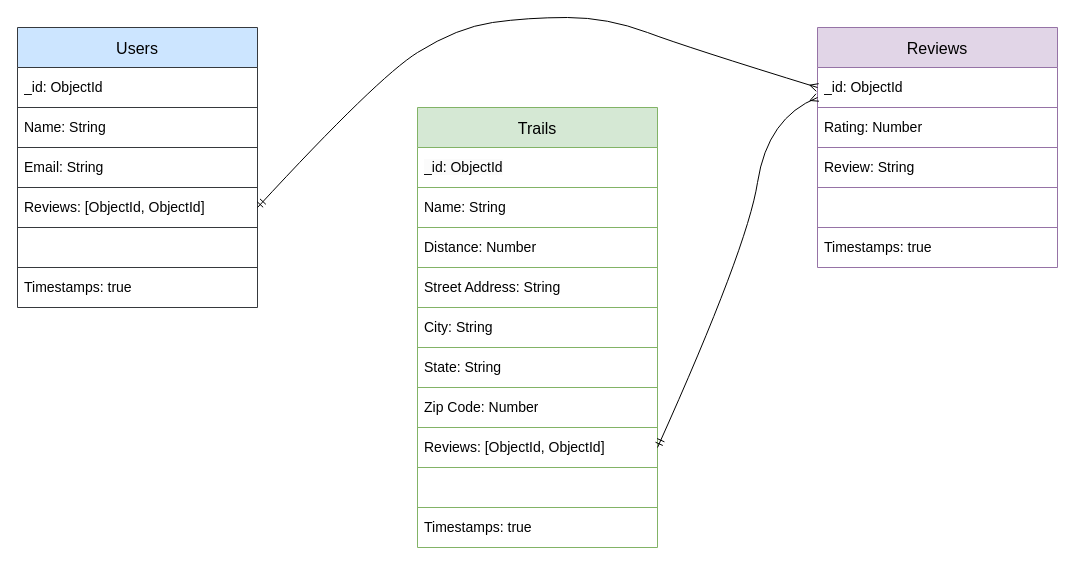
Before: wireframes/drawio-files/ERD.drawio in caitlinfcorrigan/MyTrails, a draw.io diagram. Source tidied: cells renumbered, new cells numbered last; positions are measured from the earlier drawing's top-left corner, leaving out a move shared by most shapes. Both pictures are drawn from the tidied source at 100%, with x=0, y=0 at pixel (17, 17).
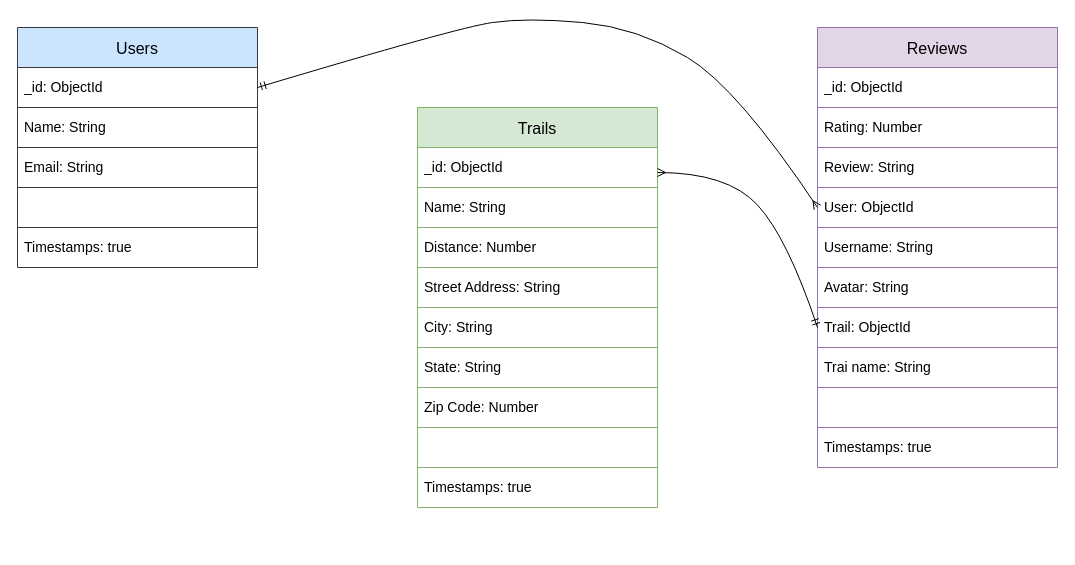
After the change.

Commit message (it also covers changes not shown here):
implements edit and delete functionality via reviews page

Diff of the diagram source:
```diff
@@
     <mxCell id="2" value="Users" style="shape=table;startSize=40;childLayout=tableLayout;fontSize=16;fillColor=#cce5ff;strokeColor=#36393d;" parent="1" vertex="1">
-      <mxGeometry y="10" width="240" height="280" as="geometry" />
+      <mxGeometry y="10" width="240" height="240" as="geometry" />
     </mxCell>
@@
-    <mxCell id="9" style="shape=tableRow;horizontal=0;startSize=0;swimlaneHead=0;swimlaneBody=0;top=0;left=0;bottom=0;right=0;fillColor=none;points=[[0,0.5],[1,0.5]];portConstraint=eastwest;" parent="2" vertex="1">
-      <mxGeometry y="160" width="240" height="40" as="geometry" />
-    </mxCell>
-    <mxCell id="10" value="Reviews: [ObjectId, ObjectId]" style="shape=partialRectangle;html=1;whiteSpace=wrap;overflow=hidden;fillColor=none;top=0;left=0;bottom=0;right=0;align=left;fontSize=14;spacingLeft=5;" parent="9" vertex="1">
-      <mxGeometry width="240" height="40" as="geometry" />
-    </mxCell>
     <mxCell id="11" style="shape=tableRow;horizontal=0;startSize=0;swimlaneHead=0;swimlaneBody=0;top=0;left=0;bottom=0;right=0;fillColor=none;" parent="2" vertex="1">
-      <mxGeometry y="200" width="240" height="40" as="geometry" />
+      <mxGeometry y="160" width="240" height="40" as="geometry" />
     </mxCell>
@@
     <mxCell id="14" style="shape=tableRow;horizontal=0;startSize=0;swimlaneHead=0;swimlaneBody=0;top=0;left=0;bottom=0;right=0;fillColor=none;" parent="2" vertex="1">
-      <mxGeometry y="240" width="240" height="40" as="geometry" />
+      <mxGeometry y="200" width="240" height="40" as="geometry" />
     </mxCell>
@@
-    <mxCell id="16" value="Reviews" style="shape=table;startSize=40;childLayout=tableLayout;fontSize=16;fillColor=#e1d5e7;strokeColor=#9673a6;" parent="1" vertex="1">
-      <mxGeometry x="800" y="10" width="240" height="240" as="geometry" />
-    </mxCell>
-    <mxCell id="17" style="shape=tableRow;horizontal=0;startSize=0;swimlaneHead=0;swimlaneBody=0;top=0;left=0;bottom=0;right=0;fillColor=none;points=[[0,0.5],[1,0.5]];portConstraint=eastwest;" parent="16" vertex="1">
-      <mxGeometry y="40" width="240" height="40" as="geometry" />
-    </mxCell>
-    <mxCell id="18" value="_id: ObjectId" style="shape=partialRectangle;html=1;whiteSpace=wrap;overflow=hidden;fillColor=none;top=0;left=0;bottom=0;right=0;align=left;fontSize=14;spacingLeft=5;" parent="17" vertex="1">
-      <mxGeometry width="240" height="40" as="geometry" />
-    </mxCell>
-    <mxCell id="19" style="shape=tableRow;horizontal=0;startSize=0;swimlaneHead=0;swimlaneBody=0;top=0;left=0;bottom=0;right=0;fillColor=none;" parent="16" vertex="1">
-      <mxGeometry y="80" width="240" height="40" as="geometry" />
-    </mxCell>
-    <mxCell id="20" value="Rating: Number" style="shape=partialRectangle;html=1;whiteSpace=wrap;overflow=hidden;fillColor=none;top=0;left=0;bottom=0;right=0;align=left;fontSize=14;spacingLeft=5;" parent="19" vertex="1">
-      <mxGeometry width="240" height="40" as="geometry" />
-    </mxCell>
-    <mxCell id="21" style="shape=tableRow;horizontal=0;startSize=0;swimlaneHead=0;swimlaneBody=0;top=0;left=0;bottom=0;right=0;fillColor=none;" parent="16" vertex="1">
-      <mxGeometry y="120" width="240" height="40" as="geometry" />
-    </mxCell>
-    <mxCell id="22" value="Review: String" style="shape=partialRectangle;html=1;whiteSpace=wrap;overflow=hidden;fillColor=none;top=0;left=0;bottom=0;right=0;align=left;fontSize=14;spacingLeft=5;" parent="21" vertex="1">
-      <mxGeometry width="240" height="40" as="geometry" />
-    </mxCell>
-    <mxCell id="23" style="shape=tableRow;horizontal=0;startSize=0;swimlaneHead=0;swimlaneBody=0;top=0;left=0;bottom=0;right=0;fillColor=none;" parent="16" vertex="1">
-      <mxGeometry y="160" width="240" height="40" as="geometry" />
-    </mxCell>
-    <mxCell id="24" style="shape=partialRectangle;html=1;whiteSpace=wrap;overflow=hidden;fillColor=none;top=0;left=0;bottom=0;right=0;align=left;fontSize=14;spacingLeft=5;" parent="23" vertex="1">
-      <mxGeometry width="240" height="40" as="geometry" />
-    </mxCell>
-    <mxCell id="25" style="shape=tableRow;horizontal=0;startSize=0;swimlaneHead=0;swimlaneBody=0;top=0;left=0;bottom=0;right=0;fillColor=none;" parent="16" vertex="1">
-      <mxGeometry y="200" width="240" height="40" as="geometry" />
-    </mxCell>
-    <mxCell id="26" value="Timestamps: true" style="shape=partialRectangle;html=1;whiteSpace=wrap;overflow=hidden;fillColor=none;top=0;left=0;bottom=0;right=0;align=left;fontSize=14;spacingLeft=5;" parent="25" vertex="1">
-      <mxGeometry width="240" height="40" as="geometry" />
-    </mxCell>
     <mxCell id="27" value="Trails" style="shape=table;startSize=40;childLayout=tableLayout;fontSize=16;labelBackgroundColor=none;fillColor=#d5e8d4;gradientColor=none;strokeColor=#82b366;" parent="1" vertex="1">
-      <mxGeometry x="400" y="90" width="240" height="440" as="geometry" />
+      <mxGeometry x="400" y="90" width="240" height="400" as="geometry" />
     </mxCell>
@@
-    <mxCell id="42" style="shape=tableRow;horizontal=0;startSize=0;swimlaneHead=0;swimlaneBody=0;top=0;left=0;bottom=0;right=0;fillColor=none;points=[[0,0.5],[1,0.5]];portConstraint=eastwest;" parent="27" vertex="1">
-      <mxGeometry y="320" width="240" height="40" as="geometry" />
-    </mxCell>
-    <mxCell id="43" value="Reviews: [ObjectId, ObjectId]" style="shape=partialRectangle;html=1;whiteSpace=wrap;overflow=hidden;fillColor=none;top=0;left=0;bottom=0;right=0;align=left;fontSize=14;spacingLeft=5;" parent="42" vertex="1">
-      <mxGeometry width="240" height="40" as="geometry" />
-    </mxCell>
     <mxCell id="44" style="shape=tableRow;horizontal=0;startSize=0;swimlaneHead=0;swimlaneBody=0;top=0;left=0;bottom=0;right=0;fillColor=none;" parent="27" vertex="1">
-      <mxGeometry y="360" width="240" height="40" as="geometry" />
+      <mxGeometry y="320" width="240" height="40" as="geometry" />
     </mxCell>
@@
     <mxCell id="47" style="shape=tableRow;horizontal=0;startSize=0;swimlaneHead=0;swimlaneBody=0;top=0;left=0;bottom=0;right=0;fillColor=none;" parent="27" vertex="1">
-      <mxGeometry y="400" width="240" height="40" as="geometry" />
+      <mxGeometry y="360" width="240" height="40" as="geometry" />
     </mxCell>
@@
-    <mxCell id="49" style="curved=1;endArrow=ERmany;html=1;fontSize=14;exitX=1;exitY=0.5;exitDx=0;exitDy=0;entryX=0;entryY=0.5;entryDx=0;entryDy=0;endFill=0;startArrow=ERmandOne;startFill=0;" parent="1" edge="1" source="9" target="17">
-      <mxGeometry relative="1" as="geometry">
-        <Array as="points">
-          <mxPoint x="360" y="60" />
-          <mxPoint x="440" y="10" />
-          <mxPoint x="510" />
-          <mxPoint x="590" />
-          <mxPoint x="670" y="30" />
-        </Array>
-      </mxGeometry>
-    </mxCell>
-    <mxCell id="50" style="curved=1;endArrow=ERmany;html=1;fontSize=14;exitX=1;exitY=0.5;exitDx=0;exitDy=0;endFill=0;startArrow=ERmandOne;startFill=0;" parent="1" edge="1" source="42">
-      <mxGeometry relative="1" as="geometry">
-        <mxPoint x="800" y="80" as="targetPoint" />
-        <Array as="points">
-          <mxPoint x="730" y="230" />
-          <mxPoint x="750" y="100" />
-        </Array>
-      </mxGeometry>
-    </mxCell>
+    <mxCell id="16" value="Reviews" style="shape=table;startSize=40;childLayout=tableLayout;fontSize=16;fillColor=#e1d5e7;strokeColor=#9673a6;" parent="1" vertex="1">
+      <mxGeometry x="800" y="10" width="240" height="440" as="geometry" />
+    </mxCell>
+    <mxCell id="17" style="shape=tableRow;horizontal=0;startSize=0;swimlaneHead=0;swimlaneBody=0;top=0;left=0;bottom=0;right=0;fillColor=none;points=[[0,0.5],[1,0.5]];portConstraint=eastwest;" parent="16" vertex="1">
+      <mxGeometry y="40" width="240" height="40" as="geometry" />
+    </mxCell>
+    <mxCell id="18" value="_id: ObjectId" style="shape=partialRectangle;html=1;whiteSpace=wrap;overflow=hidden;fillColor=none;top=0;left=0;bottom=0;right=0;align=left;fontSize=14;spacingLeft=5;" parent="17" vertex="1">
+      <mxGeometry width="240" height="40" as="geometry" />
+    </mxCell>
+    <mxCell id="19" style="shape=tableRow;horizontal=0;startSize=0;swimlaneHead=0;swimlaneBody=0;top=0;left=0;bottom=0;right=0;fillColor=none;" parent="16" vertex="1">
+      <mxGeometry y="80" width="240" height="40" as="geometry" />
+    </mxCell>
+    <mxCell id="20" value="Rating: Number" style="shape=partialRectangle;html=1;whiteSpace=wrap;overflow=hidden;fillColor=none;top=0;left=0;bottom=0;right=0;align=left;fontSize=14;spacingLeft=5;" parent="19" vertex="1">
+      <mxGeometry width="240" height="40" as="geometry" />
+    </mxCell>
+    <mxCell id="21" style="shape=tableRow;horizontal=0;startSize=0;swimlaneHead=0;swimlaneBody=0;top=0;left=0;bottom=0;right=0;fillColor=none;" parent="16" vertex="1">
+      <mxGeometry y="120" width="240" height="40" as="geometry" />
+    </mxCell>
+    <mxCell id="22" value="Review: String" style="shape=partialRectangle;html=1;whiteSpace=wrap;overflow=hidden;fillColor=none;top=0;left=0;bottom=0;right=0;align=left;fontSize=14;spacingLeft=5;" parent="21" vertex="1">
+      <mxGeometry width="240" height="40" as="geometry" />
+    </mxCell>
+    <mxCell id="51" style="shape=tableRow;horizontal=0;startSize=0;swimlaneHead=0;swimlaneBody=0;top=0;left=0;bottom=0;right=0;fillColor=none;points=[[0,0.5],[1,0.5]];portConstraint=eastwest;" parent="16" vertex="1">
+      <mxGeometry y="160" width="240" height="40" as="geometry" />
+    </mxCell>
+    <mxCell id="52" value="User: ObjectId" style="shape=partialRectangle;html=1;whiteSpace=wrap;overflow=hidden;fillColor=none;top=0;left=0;bottom=0;right=0;align=left;fontSize=14;spacingLeft=5;" parent="51" vertex="1">
+      <mxGeometry width="240" height="40" as="geometry" />
+    </mxCell>
+    <mxCell id="25" style="shape=tableRow;horizontal=0;startSize=0;swimlaneHead=0;swimlaneBody=0;top=0;left=0;bottom=0;right=0;fillColor=none;" parent="16" vertex="1">
+      <mxGeometry y="200" width="240" height="40" as="geometry" />
+    </mxCell>
+    <mxCell id="53" value="Username: String" style="shape=partialRectangle;html=1;whiteSpace=wrap;overflow=hidden;fillColor=none;top=0;left=0;bottom=0;right=0;align=left;fontSize=14;spacingLeft=5;" parent="25" vertex="1">
+      <mxGeometry width="240" height="40" as="geometry" />
+    </mxCell>
+    <mxCell id="54" style="shape=tableRow;horizontal=0;startSize=0;swimlaneHead=0;swimlaneBody=0;top=0;left=0;bottom=0;right=0;fillColor=none;" parent="16" vertex="1">
+      <mxGeometry y="240" width="240" height="40" as="geometry" />
+    </mxCell>
+    <mxCell id="55" value="Avatar: String" style="shape=partialRectangle;html=1;whiteSpace=wrap;overflow=hidden;fillColor=none;top=0;left=0;bottom=0;right=0;align=left;fontSize=14;spacingLeft=5;" parent="54" vertex="1">
+      <mxGeometry width="240" height="40" as="geometry" />
+    </mxCell>
+    <mxCell id="56" style="shape=tableRow;horizontal=0;startSize=0;swimlaneHead=0;swimlaneBody=0;top=0;left=0;bottom=0;right=0;fillColor=none;points=[[0,0.5],[1,0.5]];portConstraint=eastwest;" parent="16" vertex="1">
+      <mxGeometry y="280" width="240" height="40" as="geometry" />
+    </mxCell>
+    <mxCell id="57" value="Trail: ObjectId" style="shape=partialRectangle;html=1;whiteSpace=wrap;overflow=hidden;fillColor=none;top=0;left=0;bottom=0;right=0;align=left;fontSize=14;spacingLeft=5;" parent="56" vertex="1">
+      <mxGeometry width="240" height="40" as="geometry" />
+    </mxCell>
+    <mxCell id="42" style="shape=tableRow;horizontal=0;startSize=0;swimlaneHead=0;swimlaneBody=0;top=0;left=0;bottom=0;right=0;fillColor=none;points=[[0,0.5],[1,0.5]];portConstraint=eastwest;" parent="16" vertex="1">
+      <mxGeometry y="320" width="240" height="40" as="geometry" />
+    </mxCell>
+    <mxCell id="58" value="Trai name: String" style="shape=partialRectangle;html=1;whiteSpace=wrap;overflow=hidden;fillColor=none;top=0;left=0;bottom=0;right=0;align=left;fontSize=14;spacingLeft=5;" parent="42" vertex="1">
+      <mxGeometry width="240" height="40" as="geometry" />
+    </mxCell>
+    <mxCell id="59" style="shape=tableRow;horizontal=0;startSize=0;swimlaneHead=0;swimlaneBody=0;top=0;left=0;bottom=0;right=0;fillColor=none;" parent="16" vertex="1">
+      <mxGeometry y="360" width="240" height="40" as="geometry" />
+    </mxCell>
+    <mxCell id="24" style="shape=partialRectangle;html=1;whiteSpace=wrap;overflow=hidden;fillColor=none;top=0;left=0;bottom=0;right=0;align=left;fontSize=14;spacingLeft=5;" parent="59" vertex="1">
+      <mxGeometry width="240" height="40" as="geometry" />
+    </mxCell>
+    <mxCell id="60" style="shape=tableRow;horizontal=0;startSize=0;swimlaneHead=0;swimlaneBody=0;top=0;left=0;bottom=0;right=0;fillColor=none;" parent="16" vertex="1">
+      <mxGeometry y="400" width="240" height="40" as="geometry" />
+    </mxCell>
+    <mxCell id="26" value="Timestamps: true" style="shape=partialRectangle;html=1;whiteSpace=wrap;overflow=hidden;fillColor=none;top=0;left=0;bottom=0;right=0;align=left;fontSize=14;spacingLeft=5;" parent="60" vertex="1">
+      <mxGeometry width="240" height="40" as="geometry" />
+    </mxCell>
+    <mxCell id="61" style="curved=1;endArrow=ERmany;html=1;fontSize=14;exitX=1;exitY=0.5;exitDx=0;exitDy=0;entryX=0;entryY=0.5;entryDx=0;entryDy=0;endFill=0;startArrow=ERmandOne;startFill=0;" parent="1" edge="1" target="51">
+      <mxGeometry relative="1" as="geometry">
+        <mxPoint x="240" y="70" as="sourcePoint" />
+        <Array as="points">
+          <mxPoint x="440" y="10" />
+          <mxPoint x="510" />
+          <mxPoint x="620" y="10" />
+          <mxPoint x="720" y="70" />
+        </Array>
+      </mxGeometry>
+    </mxCell>
+    <mxCell id="62" style="curved=1;endArrow=ERmandOne;html=1;entryX=0;entryY=0.5;entryDx=0;entryDy=0;startArrow=ERmany;startFill=0;endFill=0;" parent="1" edge="1" target="56">
+      <mxGeometry relative="1" as="geometry">
+        <mxPoint x="640" y="155" as="sourcePoint" />
+        <Array as="points">
+          <mxPoint x="710" y="155" />
+          <mxPoint x="770" y="220" />
+        </Array>
+      </mxGeometry>
+    </mxCell>
```
